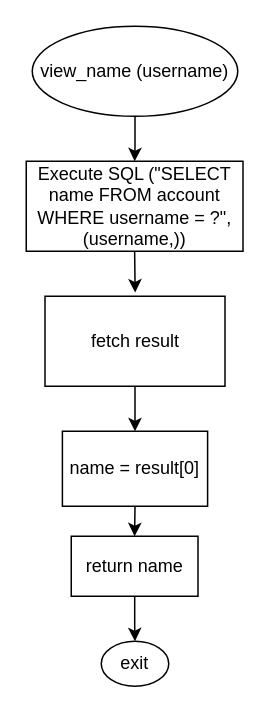
Earlier version of the draw.io diagram flowcharts/nahin/function 1 (view name).drawio (xprotonium/mrt-portal). Source tidied: cells renumbered, new cells numbered last; positions are measured from the earlier drawing's top-left corner, leaving out a move shared by most shapes. Both pictures are drawn from the tidied source at 150%, with x=0, y=0 at pixel (26, 26).
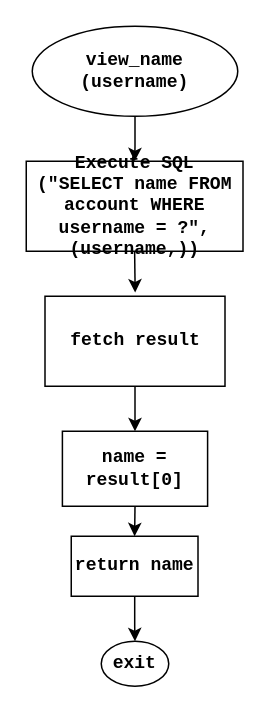
After the change.

What changed in the source:
```diff
@@
 <mxGraphModel>
   <root>
     <mxCell id="0" />
     <mxCell id="1" parent="0" />
-    <mxCell id="2" style="edgeStyle=orthogonalEdgeStyle;rounded=0;jettySize=auto;html=1;exitX=0.5;exitY=1;exitDx=0;exitDy=0;" parent="1" edge="1" source="3" target="4">
+    <mxCell id="2" style="edgeStyle=orthogonalEdgeStyle;rounded=0;jettySize=auto;html=1;exitX=0.5;exitY=1;exitDx=0;exitDy=0;fontFamily=Courier New;fontStyle=1;" parent="1" edge="1" source="3" target="4">
       <mxGeometry relative="1" as="geometry" />
     </mxCell>
-    <mxCell id="3" value="view_name (username)" style="ellipse;whiteSpace=wrap;html=1;" parent="1" vertex="1">
+    <mxCell id="3" value="view_name (username)" style="ellipse;whiteSpace=wrap;html=1;fontFamily=Courier New;fontStyle=1;" parent="1" vertex="1">
       <mxGeometry x="4" width="137" height="60" as="geometry" />
     </mxCell>
-    <mxCell id="4" value="Execute SQL (&quot;SELECT name FROM account WHERE username = ?&quot;,(username,))" style="rounded=0;whiteSpace=wrap;html=1;" parent="1" vertex="1">
+    <mxCell id="4" value="Execute SQL (&quot;SELECT name FROM account WHERE username = ?&quot;,(username,))" style="rounded=0;whiteSpace=wrap;html=1;fontFamily=Courier New;fontStyle=1;" parent="1" vertex="1">
       <mxGeometry y="90" width="144.5" height="60" as="geometry" />
     </mxCell>
-    <mxCell id="5" style="edgeStyle=orthogonalEdgeStyle;rounded=0;jettySize=auto;html=1;exitX=0.5;exitY=1;exitDx=0;exitDy=0;entryX=0.5;entryY=0;entryDx=0;entryDy=0;" parent="1" edge="1" source="6" target="9">
+    <mxCell id="5" style="edgeStyle=orthogonalEdgeStyle;rounded=0;jettySize=auto;html=1;exitX=0.5;exitY=1;exitDx=0;exitDy=0;entryX=0.5;entryY=0;entryDx=0;entryDy=0;fontFamily=Courier New;fontStyle=1;" parent="1" edge="1" source="6" target="9">
       <mxGeometry relative="1" as="geometry" />
     </mxCell>
-    <mxCell id="6" value="fetch result" style="rounded=0;whiteSpace=wrap;html=1;" parent="1" vertex="1">
+    <mxCell id="6" value="fetch result" style="rounded=0;whiteSpace=wrap;html=1;fontFamily=Courier New;fontStyle=1;" parent="1" vertex="1">
       <mxGeometry x="12.5" y="180" width="120" height="60" as="geometry" />
     </mxCell>
-    <mxCell id="7" style="edgeStyle=orthogonalEdgeStyle;rounded=0;jettySize=auto;html=1;exitX=0.5;exitY=1;exitDx=0;exitDy=0;entryX=0.501;entryY=-0.042;entryDx=0;entryDy=0;entryPerimeter=0;" parent="1" edge="1" source="4" target="6">
+    <mxCell id="7" style="edgeStyle=orthogonalEdgeStyle;rounded=0;jettySize=auto;html=1;exitX=0.5;exitY=1;exitDx=0;exitDy=0;entryX=0.501;entryY=-0.042;entryDx=0;entryDy=0;entryPerimeter=0;fontFamily=Courier New;fontStyle=1;" parent="1" edge="1" source="4" target="6">
       <mxGeometry relative="1" as="geometry" />
     </mxCell>
-    <mxCell id="8" style="edgeStyle=orthogonalEdgeStyle;rounded=0;jettySize=auto;html=1;exitX=0.5;exitY=1;exitDx=0;exitDy=0;entryX=0.5;entryY=0;entryDx=0;entryDy=0;" parent="1" edge="1" source="9" target="12">
+    <mxCell id="8" style="edgeStyle=orthogonalEdgeStyle;rounded=0;jettySize=auto;html=1;exitX=0.5;exitY=1;exitDx=0;exitDy=0;entryX=0.5;entryY=0;entryDx=0;entryDy=0;fontFamily=Courier New;fontStyle=1;" parent="1" edge="1" source="9" target="12">
       <mxGeometry relative="1" as="geometry" />
     </mxCell>
-    <mxCell id="9" value="name = result[0]" style="rounded=0;whiteSpace=wrap;html=1;" parent="1" vertex="1">
+    <mxCell id="9" value="name = result[0]" style="rounded=0;whiteSpace=wrap;html=1;fontFamily=Courier New;fontStyle=1;" parent="1" vertex="1">
       <mxGeometry x="24.1" y="270" width="96.8" height="50" as="geometry" />
     </mxCell>
-    <mxCell id="10" value="exit" style="ellipse;whiteSpace=wrap;html=1;" parent="1" vertex="1">
+    <mxCell id="10" value="exit" style="ellipse;whiteSpace=wrap;html=1;fontFamily=Courier New;fontStyle=1;" parent="1" vertex="1">
       <mxGeometry x="50" y="410" width="45" height="30" as="geometry" />
     </mxCell>
-    <mxCell id="11" style="edgeStyle=orthogonalEdgeStyle;rounded=0;jettySize=auto;html=1;entryX=0.5;entryY=0;entryDx=0;entryDy=0;" parent="1" edge="1" source="12" target="10">
+    <mxCell id="11" style="edgeStyle=orthogonalEdgeStyle;rounded=0;jettySize=auto;html=1;entryX=0.5;entryY=0;entryDx=0;entryDy=0;fontFamily=Courier New;fontStyle=1;" parent="1" edge="1" source="12" target="10">
       <mxGeometry relative="1" as="geometry" />
     </mxCell>
-    <mxCell id="12" value="return name" style="rounded=0;whiteSpace=wrap;html=1;" parent="1" vertex="1">
+    <mxCell id="12" value="return name" style="rounded=0;whiteSpace=wrap;html=1;fontFamily=Courier New;fontStyle=1;" parent="1" vertex="1">
       <mxGeometry x="30" y="340" width="84.5" height="40" as="geometry" />
     </mxCell>
   </root>
 </mxGraphModel>
```
